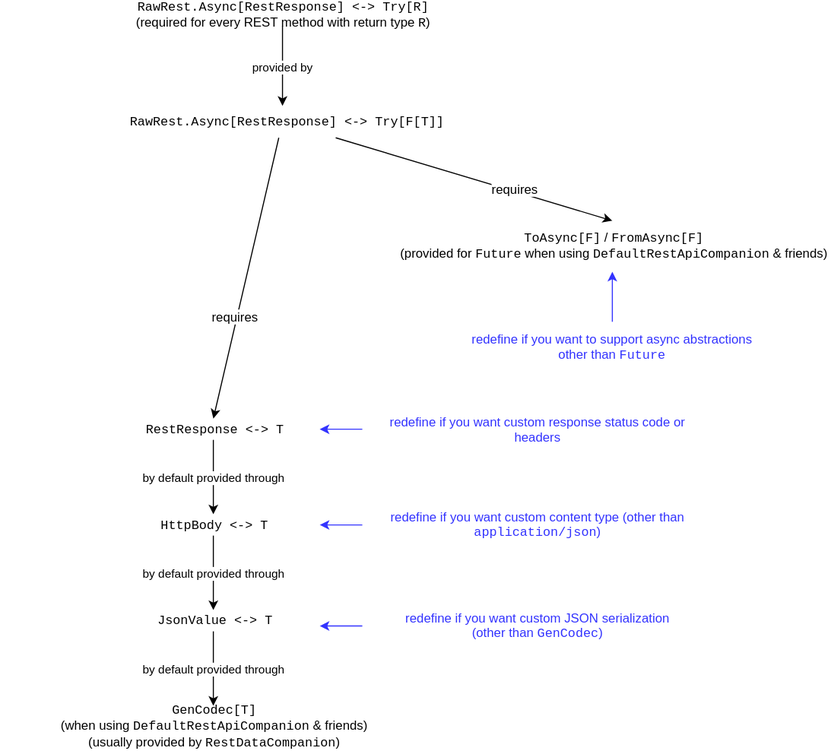
This is docs/images/REST.svg from UdashFramework/udash-core, a draw.io export, as it was before one commit. Source tidied: cells renumbered, new cells last; positions are measured from the earlier drawing's top-left corner, leaving out a move shared by most shapes.
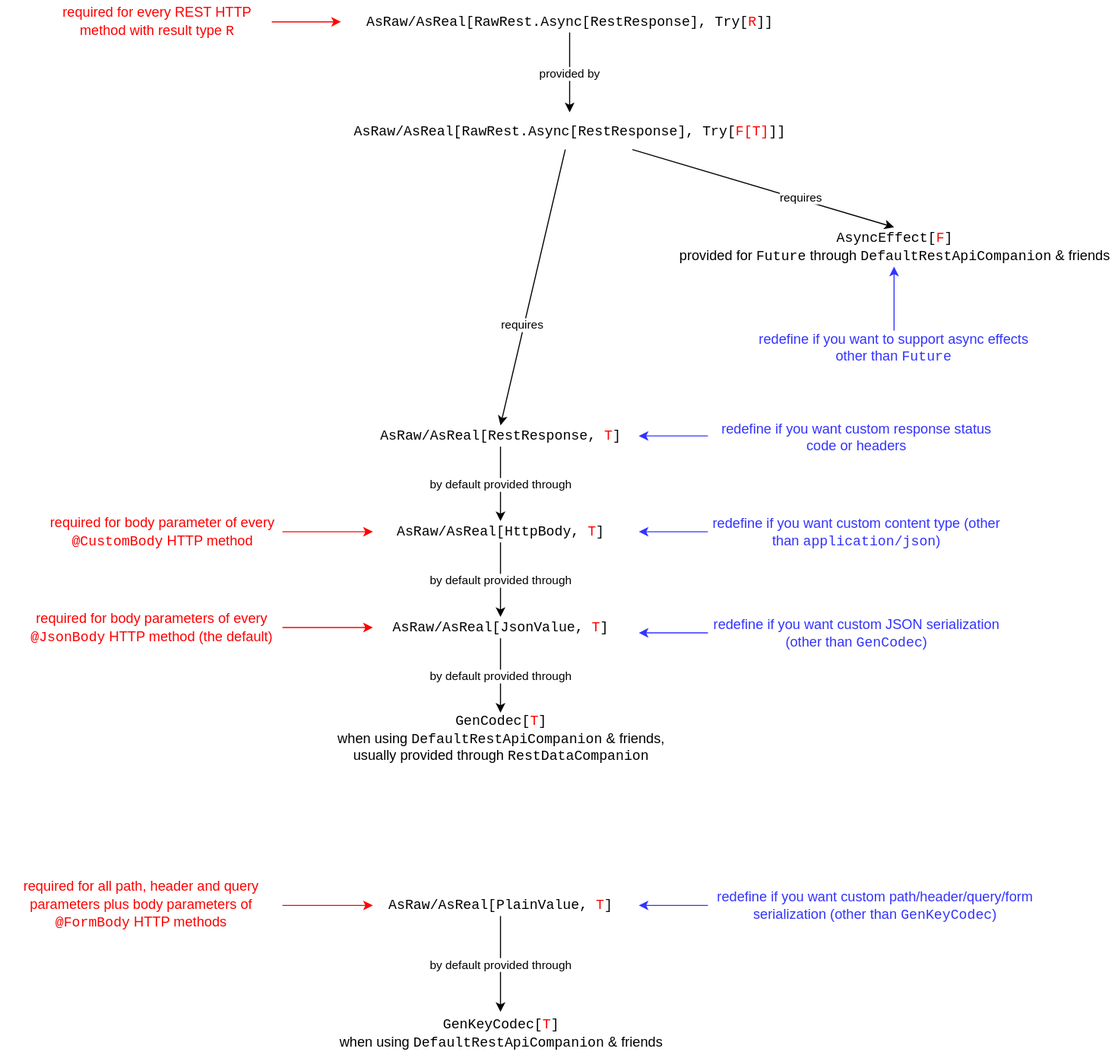
The same diagram one commit later.

What changed in the source:
```diff
@@ -5,67 +5,70 @@
     <mxCell id="2" value="&lt;div&gt;provided by&lt;/div&gt;" style="edgeStyle=orthogonalEdgeStyle;rounded=0;html=1;endArrow=classic;endFill=1;jettySize=auto;fontFamily=Helvetica;" parent="1" edge="1" source="3" target="4">
       <mxGeometry relative="1" as="geometry" />
     </mxCell>
+    <mxCell id="25" style="edgeStyle=orthogonalEdgeStyle;rounded=0;jettySize=auto;html=1;startArrow=classic;startFill=1;endArrow=none;endFill=0;strokeColor=#FF0000;fontSize=13;" parent="1" edge="1" source="3" target="26">
+      <mxGeometry relative="1" as="geometry" />
+    </mxCell>
-    <mxCell id="3" value="&lt;div&gt;RawRest.Async[RestResponse] &amp;lt;-&amp;gt; Try[R]&lt;/div&gt;&lt;div&gt;&lt;font face=&quot;Helvetica&quot;&gt;(required for every REST method with return type &lt;font face=&quot;Courier New&quot;&gt;R&lt;/font&gt;)&lt;/font&gt;&lt;br&gt;&lt;/div&gt;" style="text;html=1;strokeColor=none;fillColor=none;align=center;verticalAlign=middle;whiteSpace=wrap;rounded=0;fontFamily=Courier New;" parent="1" vertex="1">
-      <mxGeometry x="65" width="400" height="20" as="geometry" />
+    <mxCell id="3" value="&lt;div style=&quot;font-size: 13px&quot;&gt;AsRaw/AsReal[RawRest.Async[RestResponse], Try[&lt;font color=&quot;#FF0000&quot;&gt;R&lt;/font&gt;]]&lt;/div&gt;" style="text;html=1;strokeColor=none;fillColor=none;align=center;verticalAlign=middle;whiteSpace=wrap;rounded=0;fontFamily=Courier New;fontSize=13;" parent="1" vertex="1">
+      <mxGeometry x="350" width="430" height="20" as="geometry" />
     </mxCell>
+    <mxCell id="26" value="&lt;font face=&quot;Helvetica&quot;&gt;required for every REST HTTP method with result type &lt;/font&gt;R" style="text;html=1;strokeColor=none;fillColor=none;align=center;verticalAlign=middle;whiteSpace=wrap;rounded=0;fontFamily=Courier New;fontSize=13;fontColor=#FF0000;" parent="1" vertex="1">
+      <mxGeometry x="70" y="-10" width="215" height="40" as="geometry" />
+    </mxCell>
-    <mxCell id="4" value="&lt;div&gt;RawRest.Async[RestResponse] &amp;lt;-&amp;gt; Try[F[T]]&lt;/div&gt;" style="text;html=1;strokeColor=none;fillColor=none;align=center;verticalAlign=middle;whiteSpace=wrap;rounded=0;fontFamily=Courier New;" parent="1" vertex="1">
-      <mxGeometry x="65" y="95" width="400" height="30" as="geometry" />
+    <mxCell id="4" value="&lt;div style=&quot;font-size: 13px&quot;&gt;AsRaw/AsReal[RawRest.Async[RestResponse], Try[&lt;font color=&quot;#FF0000&quot;&gt;F[T]&lt;/font&gt;]]&lt;/div&gt;" style="text;html=1;strokeColor=none;fillColor=none;align=center;verticalAlign=middle;whiteSpace=wrap;rounded=0;fontFamily=Courier New;fontSize=13;" parent="1" vertex="1">
+      <mxGeometry x="340" y="95" width="450" height="35" as="geometry" />
     </mxCell>
     <mxCell id="5" value="&lt;div&gt;by default provided through&lt;/div&gt;" style="edgeStyle=orthogonalEdgeStyle;rounded=0;html=1;endArrow=classic;endFill=1;jettySize=auto;fontFamily=Helvetica;" parent="1" edge="1" source="6" target="8">
       <mxGeometry relative="1" as="geometry" />
     </mxCell>
-    <mxCell id="6" value="&lt;div&gt;RestResponse &amp;lt;-&amp;gt; T&lt;/div&gt;" style="text;html=1;strokeColor=none;fillColor=none;align=center;verticalAlign=middle;whiteSpace=wrap;rounded=0;fontFamily=Courier New;" parent="1" vertex="1">
-      <mxGeometry y="389" width="400" height="20" as="geometry" />
+    <mxCell id="6" value="&lt;div style=&quot;font-size: 13px&quot;&gt;AsRaw/AsReal[RestResponse, &lt;font color=&quot;#FF0000&quot;&gt;T&lt;/font&gt;]&lt;br style=&quot;font-size: 13px&quot;&gt;&lt;/div&gt;" style="text;html=1;strokeColor=none;fillColor=none;align=center;verticalAlign=middle;whiteSpace=wrap;rounded=0;fontFamily=Courier New;fontSize=13;" parent="1" vertex="1">
+      <mxGeometry x="300" y="389" width="400" height="20" as="geometry" />
     </mxCell>
     <mxCell id="7" value="&lt;div&gt;by default provided through&lt;/div&gt;" style="edgeStyle=orthogonalEdgeStyle;rounded=0;html=1;endArrow=classic;endFill=1;jettySize=auto;fontFamily=Helvetica;" parent="1" edge="1" source="8" target="10">
       <mxGeometry relative="1" as="geometry" />
     </mxCell>
-    <mxCell id="8" value="&lt;div&gt;HttpBody &amp;lt;-&amp;gt; T&lt;/div&gt;" style="text;html=1;strokeColor=none;fillColor=none;align=center;verticalAlign=middle;whiteSpace=wrap;rounded=0;fontFamily=Courier New;" parent="1" vertex="1">
-      <mxGeometry y="479" width="400" height="20" as="geometry" />
+    <mxCell id="8" value="&lt;div style=&quot;font-size: 13px&quot;&gt;AsRaw/AsReal[HttpBody, &lt;font color=&quot;#FF0000&quot;&gt;T&lt;/font&gt;]&lt;br style=&quot;font-size: 13px&quot;&gt;&lt;/div&gt;" style="text;html=1;strokeColor=none;fillColor=none;align=center;verticalAlign=middle;whiteSpace=wrap;rounded=0;fontFamily=Courier New;fontSize=13;" parent="1" vertex="1">
+      <mxGeometry x="380" y="479" width="240" height="20" as="geometry" />
     </mxCell>
     <mxCell id="9" value="&lt;div&gt;by default provided through&lt;/div&gt;" style="edgeStyle=orthogonalEdgeStyle;rounded=0;html=1;endArrow=classic;endFill=1;jettySize=auto;fontFamily=Helvetica;" parent="1" edge="1" source="10" target="11">
       <mxGeometry relative="1" as="geometry" />
     </mxCell>
-    <mxCell id="10" value="&lt;div&gt;JsonValue &amp;lt;-&amp;gt; T&lt;/div&gt;" style="text;html=1;strokeColor=none;fillColor=none;align=center;verticalAlign=middle;whiteSpace=wrap;rounded=0;fontFamily=Courier New;" parent="1" vertex="1">
-      <mxGeometry y="569" width="400" height="20" as="geometry" />
+    <mxCell id="10" value="&lt;div style=&quot;font-size: 13px&quot;&gt;AsRaw/AsReal[JsonValue, &lt;font color=&quot;#FF0000&quot;&gt;T&lt;/font&gt;]&lt;br style=&quot;font-size: 13px&quot;&gt;&lt;/div&gt;" style="text;html=1;strokeColor=none;fillColor=none;align=center;verticalAlign=middle;whiteSpace=wrap;rounded=0;fontFamily=Courier New;fontSize=13;" parent="1" vertex="1">
+      <mxGeometry x="380" y="569" width="240" height="20" as="geometry" />
     </mxCell>
-    <mxCell id="11" value="&lt;div&gt;GenCodec[T]&lt;/div&gt;&lt;div&gt;&lt;font face=&quot;Helvetica&quot;&gt;(when using &lt;font face=&quot;Courier New&quot;&gt;DefaultRestApiCompanion&lt;/font&gt; &amp;amp; friends)&lt;/font&gt;&lt;/div&gt;&lt;div&gt;&lt;font face=&quot;Helvetica&quot;&gt;(usually provided by &lt;font face=&quot;Courier New&quot;&gt;RestDataCompanion&lt;/font&gt;)&lt;/font&gt;&lt;br&gt;&lt;/div&gt;" style="text;html=1;strokeColor=none;fillColor=none;align=center;verticalAlign=middle;whiteSpace=wrap;rounded=0;fontFamily=Courier New;" parent="1" vertex="1">
-      <mxGeometry y="659" width="400" height="40" as="geometry" />
+    <mxCell id="11" value="&lt;div style=&quot;font-size: 13px&quot;&gt;GenCodec[&lt;font color=&quot;#FF0000&quot;&gt;T&lt;/font&gt;]&lt;/div&gt;&lt;div style=&quot;font-size: 13px&quot;&gt;&lt;font style=&quot;font-size: 13px&quot; face=&quot;Helvetica&quot;&gt;when using &lt;font style=&quot;font-size: 13px&quot; face=&quot;Courier New&quot;&gt;DefaultRestApiCompanion&lt;/font&gt; &amp;amp; friends,&lt;/font&gt;&lt;/div&gt;&lt;div style=&quot;font-size: 13px&quot;&gt;&lt;font style=&quot;font-size: 13px&quot; face=&quot;Helvetica&quot;&gt;usually provided through &lt;font style=&quot;font-size: 13px&quot; face=&quot;Courier New&quot;&gt;RestDataCompanion&lt;/font&gt;&lt;/font&gt;&lt;br style=&quot;font-size: 13px&quot;&gt;&lt;/div&gt;" style="text;html=1;strokeColor=none;fillColor=none;align=center;verticalAlign=middle;whiteSpace=wrap;rounded=0;fontFamily=Courier New;fontSize=13;" parent="1" vertex="1">
+      <mxGeometry x="300" y="659" width="400" height="51" as="geometry" />
     </mxCell>
-    <mxCell id="12" value="redefine if you want to support async abstractions other than &lt;font face=&quot;Courier New&quot;&gt;Future&lt;/font&gt;" style="text;html=1;strokeColor=none;fillColor=none;align=center;verticalAlign=middle;whiteSpace=wrap;rounded=0;fontFamily=Helvetica;fontColor=#3333FF;" parent="1" vertex="1">
-      <mxGeometry x="435" y="317.5" width="280" height="10" as="geometry" />
+    <mxCell id="12" value="redefine if you want to support async effects other than &lt;font style=&quot;font-size: 13px;&quot; face=&quot;Courier New&quot;&gt;Future&lt;/font&gt;" style="text;html=1;strokeColor=none;fillColor=none;align=center;verticalAlign=middle;whiteSpace=wrap;rounded=0;fontFamily=Helvetica;fontColor=#3333FF;fontSize=13;" parent="1" vertex="1">
+      <mxGeometry x="730" y="300" width="280" height="33" as="geometry" />
     </mxCell>
-    <mxCell id="13" style="edgeStyle=orthogonalEdgeStyle;rounded=0;html=1;endArrow=classic;endFill=1;jettySize=auto;orthogonalLoop=1;fontFamily=Helvetica;strokeColor=#3333FF;" parent="1" edge="1">
+    <mxCell id="13" style="edgeStyle=orthogonalEdgeStyle;rounded=0;html=1;endArrow=classic;endFill=1;jettySize=auto;fontFamily=Helvetica;strokeColor=#3333FF;exitX=0;exitY=0.5;exitDx=0;exitDy=0;" parent="1" edge="1" source="14">
       <mxGeometry relative="1" as="geometry">
-        <mxPoint x="340" y="399" as="sourcePoint" />
-        <mxPoint x="300" y="399" as="targetPoint" />
+        <mxPoint x="630" y="399" as="targetPoint" />
       </mxGeometry>
     </mxCell>
-    <mxCell id="14" value="&lt;div&gt;redefine if you want custom response status code or headers&lt;/div&gt;" style="text;html=1;align=center;verticalAlign=middle;whiteSpace=wrap;rounded=0;fontFamily=Helvetica;strokeColor=none;fontColor=#3333FF;" parent="1" vertex="1">
-      <mxGeometry x="365" y="394" width="280" height="10" as="geometry" />
+    <mxCell id="14" value="&lt;div style=&quot;font-size: 13px;&quot;&gt;redefine if you want custom response status code or headers&lt;/div&gt;" style="text;html=1;align=center;verticalAlign=middle;whiteSpace=wrap;rounded=0;fontFamily=Helvetica;strokeColor=none;fontColor=#3333FF;fontSize=13;" parent="1" vertex="1">
+      <mxGeometry x="695" y="394" width="280" height="10" as="geometry" />
     </mxCell>
-    <mxCell id="15" style="edgeStyle=orthogonalEdgeStyle;rounded=0;html=1;endArrow=classic;endFill=1;jettySize=auto;orthogonalLoop=1;fontFamily=Helvetica;strokeColor=#3333FF;" parent="1" edge="1">
+    <mxCell id="15" style="edgeStyle=orthogonalEdgeStyle;rounded=0;html=1;endArrow=classic;endFill=1;jettySize=auto;fontFamily=Helvetica;strokeColor=#3333FF;exitX=0;exitY=0.5;exitDx=0;exitDy=0;" parent="1" edge="1" source="16">
       <mxGeometry relative="1" as="geometry">
-        <mxPoint x="340" y="489" as="sourcePoint" />
-        <mxPoint x="300" y="489" as="targetPoint" />
+        <mxPoint x="630" y="489" as="targetPoint" />
       </mxGeometry>
     </mxCell>
-    <mxCell id="16" value="&lt;div&gt;redefine if you want custom content type (other than &lt;font face=&quot;Courier New&quot;&gt;application/json&lt;/font&gt;)&lt;br&gt;&lt;/div&gt;" style="text;html=1;align=center;verticalAlign=middle;whiteSpace=wrap;rounded=0;fontFamily=Helvetica;strokeColor=none;fontColor=#3333FF;" parent="1" vertex="1">
-      <mxGeometry x="365" y="484" width="280" height="10" as="geometry" />
+    <mxCell id="16" value="&lt;div style=&quot;font-size: 13px;&quot;&gt;redefine if you want custom content type (other than &lt;font style=&quot;font-size: 13px;&quot; face=&quot;Courier New&quot;&gt;application/json&lt;/font&gt;)&lt;br style=&quot;font-size: 13px;&quot;&gt;&lt;/div&gt;" style="text;html=1;align=center;verticalAlign=middle;whiteSpace=wrap;rounded=0;fontFamily=Helvetica;strokeColor=none;fontColor=#3333FF;fontSize=13;" parent="1" vertex="1">
+      <mxGeometry x="695" y="484" width="280" height="10" as="geometry" />
     </mxCell>
-    <mxCell id="17" style="edgeStyle=orthogonalEdgeStyle;rounded=0;html=1;endArrow=classic;endFill=1;jettySize=auto;orthogonalLoop=1;fontFamily=Helvetica;strokeColor=#3333FF;" parent="1" edge="1">
+    <mxCell id="17" style="edgeStyle=orthogonalEdgeStyle;rounded=0;html=1;endArrow=classic;endFill=1;jettySize=auto;fontFamily=Helvetica;strokeColor=#3333FF;exitX=0;exitY=0.5;exitDx=0;exitDy=0;" parent="1" edge="1" source="18">
       <mxGeometry relative="1" as="geometry">
-        <mxPoint x="340" y="584" as="sourcePoint" />
-        <mxPoint x="300" y="584" as="targetPoint" />
+        <mxPoint x="630" y="584" as="targetPoint" />
       </mxGeometry>
     </mxCell>
-    <mxCell id="18" value="&lt;div&gt;redefine if you want custom JSON serialization (other than &lt;font face=&quot;Courier New&quot;&gt;GenCodec&lt;/font&gt;)&lt;br&gt;&lt;/div&gt;" style="text;html=1;align=center;verticalAlign=middle;whiteSpace=wrap;rounded=0;fontFamily=Helvetica;strokeColor=none;fontColor=#3333FF;" parent="1" vertex="1">
-      <mxGeometry x="365" y="579" width="280" height="10" as="geometry" />
+    <mxCell id="18" value="&lt;div style=&quot;font-size: 13px;&quot;&gt;redefine if you want custom JSON serialization (other than &lt;font style=&quot;font-size: 13px;&quot; face=&quot;Courier New&quot;&gt;GenCodec&lt;/font&gt;)&lt;br style=&quot;font-size: 13px;&quot;&gt;&lt;/div&gt;" style="text;html=1;align=center;verticalAlign=middle;whiteSpace=wrap;rounded=0;fontFamily=Helvetica;strokeColor=none;fontColor=#3333FF;fontSize=13;" parent="1" vertex="1">
+      <mxGeometry x="695" y="579" width="280" height="10" as="geometry" />
     </mxCell>
     <mxCell id="19" style="endArrow=classic;html=1;entryX=0.5;entryY=0;entryDx=0;entryDy=0;" parent="1" edge="1" source="4" target="23">
       <mxGeometry relative="1" as="geometry" />
     </mxCell>
-    <mxCell id="20" value="&lt;div&gt;requires&lt;/div&gt;" style="text;html=1;align=center;verticalAlign=middle;labelBackgroundColor=#ffffff;" parent="19" vertex="1">
+    <mxCell id="20" value="&lt;div style=&quot;font-size: 11px;&quot;&gt;requires&lt;/div&gt;" style="text;html=1;align=center;verticalAlign=middle;labelBackgroundColor=#ffffff;fontSize=11;" parent="19" vertex="1">
       <mxGeometry x="0.46" y="-2" relative="1" as="geometry">
         <mxPoint x="-21" y="-11.5" as="offset" />
       </mxGeometry>
@@ -73,17 +76,53 @@
     <mxCell id="21" style="endArrow=classic;html=1;entryX=0.5;entryY=0;entryDx=0;entryDy=0;" parent="1" edge="1" source="4" target="6">
       <mxGeometry relative="1" as="geometry" />
     </mxCell>
-    <mxCell id="22" value="&lt;div&gt;requires&lt;/div&gt;" style="text;html=1;align=center;verticalAlign=middle;labelBackgroundColor=#ffffff;" parent="21" vertex="1">
+    <mxCell id="22" value="&lt;div style=&quot;font-size: 11px;&quot;&gt;requires&lt;/div&gt;" style="text;html=1;align=center;verticalAlign=middle;labelBackgroundColor=#ffffff;fontSize=11;" parent="21" vertex="1">
       <mxGeometry x="0.27" y="-2" relative="1" as="geometry" />
     </mxCell>
-    <mxCell id="23" value="&lt;div&gt;ToAsync[F]&lt;font face=&quot;Helvetica&quot;&gt; / &lt;/font&gt;FromAsync[F]&lt;/div&gt;&lt;div&gt;&lt;font face=&quot;Helvetica&quot;&gt;(provided for &lt;/font&gt;Future&lt;font face=&quot;Helvetica&quot;&gt; when using &lt;/font&gt;DefaultRestApiCompanion&lt;font face=&quot;Helvetica&quot;&gt; &amp;amp; friends)&lt;/font&gt;&lt;br&gt;&lt;/div&gt;" style="text;html=1;strokeColor=none;fillColor=none;align=center;verticalAlign=middle;whiteSpace=wrap;rounded=0;fontFamily=Courier New;" parent="1" vertex="1">
-      <mxGeometry x="370" y="203" width="410" height="48" as="geometry" />
+    <mxCell id="23" value="&lt;div&gt;&lt;font style=&quot;font-size: 13px&quot;&gt;AsyncEffect[&lt;font color=&quot;#FF0000&quot;&gt;F&lt;/font&gt;]&lt;/font&gt;&lt;/div&gt;&lt;div style=&quot;font-size: 13px&quot;&gt;&lt;font face=&quot;Helvetica&quot;&gt;provided for &lt;/font&gt;Future&lt;font style=&quot;font-size: 13px&quot; face=&quot;Helvetica&quot;&gt; through &lt;/font&gt;DefaultRestApiCompanion&lt;font face=&quot;Helvetica&quot;&gt; &amp;amp; friends&lt;/font&gt;&lt;br&gt;&lt;/div&gt;" style="text;html=1;strokeColor=none;fillColor=none;align=center;verticalAlign=middle;whiteSpace=wrap;rounded=0;fontFamily=Courier New;" parent="1" vertex="1">
+      <mxGeometry x="660" y="203" width="420" height="37" as="geometry" />
     </mxCell>
-    <mxCell id="24" style="endArrow=classic;html=1;strokeColor=#3333FF;fontColor=#3333FF;entryX=0.393;entryY=1.042;entryDx=0;entryDy=0;entryPerimeter=0;" parent="1" edge="1">
-      <mxGeometry relative="1" as="geometry">
-        <mxPoint x="575" y="298" as="sourcePoint" />
-        <mxPoint x="575" y="251" as="targetPoint" />
-      </mxGeometry>
+    <mxCell id="24" style="endArrow=classic;html=1;strokeColor=#3333FF;fontColor=#3333FF;entryX=0.5;entryY=1;entryDx=0;entryDy=0;" parent="1" edge="1" source="12" target="23">
+      <mxGeometry relative="1" as="geometry" />
     </mxCell>
+    <mxCell id="27" style="edgeStyle=orthogonalEdgeStyle;rounded=0;jettySize=auto;html=1;startArrow=classic;startFill=1;endArrow=none;endFill=0;strokeColor=#FF0000;fontSize=13;entryX=1;entryY=0.5;entryDx=0;entryDy=0;" parent="1" edge="1" target="28">
+      <mxGeometry relative="1" as="geometry">
+        <mxPoint x="380" y="489" as="sourcePoint" />
+      </mxGeometry>
+    </mxCell>
+    <mxCell id="28" value="&lt;font face=&quot;Helvetica&quot;&gt;required for body parameter of every &lt;font face=&quot;Courier New&quot;&gt;@CustomBody&lt;/font&gt; HTTP method&lt;br&gt;&lt;/font&gt;" style="text;html=1;strokeColor=none;fillColor=none;align=center;verticalAlign=middle;whiteSpace=wrap;rounded=0;fontFamily=Courier New;fontSize=13;fontColor=#FF0000;" parent="1" vertex="1">
+      <mxGeometry x="70" y="469" width="225" height="40" as="geometry" />
+    </mxCell>
+    <mxCell id="29" style="edgeStyle=orthogonalEdgeStyle;rounded=0;jettySize=auto;html=1;startArrow=classic;startFill=1;endArrow=none;endFill=0;strokeColor=#FF0000;fontSize=13;entryX=1;entryY=0.5;entryDx=0;entryDy=0;exitX=0;exitY=0.5;exitDx=0;exitDy=0;" parent="1" edge="1" source="10" target="30">
+      <mxGeometry relative="1" as="geometry" />
+    </mxCell>
+    <mxCell id="30" value="&lt;font face=&quot;Helvetica&quot;&gt;required for body parameters of every &lt;font face=&quot;Courier New&quot;&gt;@JsonBody&lt;/font&gt; HTTP method (the default)&lt;br&gt;&lt;/font&gt;" style="text;html=1;strokeColor=none;fillColor=none;align=center;verticalAlign=middle;whiteSpace=wrap;rounded=0;fontFamily=Courier New;fontSize=13;fontColor=#FF0000;" parent="1" vertex="1">
+      <mxGeometry x="50" y="559" width="245" height="40" as="geometry" />
+    </mxCell>
+    <mxCell id="31" value="by default provided through" style="edgeStyle=orthogonalEdgeStyle;rounded=0;jettySize=auto;html=1;startArrow=none;startFill=0;endArrow=classic;endFill=1;strokeColor=#000000;fontFamily=Helvetica;fontSize=11;fontColor=#000000;" parent="1" edge="1" source="32" target="33">
+      <mxGeometry relative="1" as="geometry" />
+    </mxCell>
+    <mxCell id="32" value="AsRaw/AsReal[PlainValue, &lt;font color=&quot;#FF0000&quot;&gt;T&lt;/font&gt;]" style="text;html=1;strokeColor=none;fillColor=none;align=center;verticalAlign=middle;whiteSpace=wrap;rounded=0;fontSize=13;fontColor=#000000;fontFamily=Courier New;" parent="1" vertex="1">
+      <mxGeometry x="380" y="830" width="240" height="20" as="geometry" />
+    </mxCell>
+    <mxCell id="33" value="&lt;div&gt;GenKeyCodec[&lt;font color=&quot;#FF0000&quot;&gt;T&lt;/font&gt;]&lt;/div&gt;&lt;div&gt;&lt;font face=&quot;Helvetica&quot;&gt;when using &lt;font face=&quot;Courier New&quot;&gt;DefaultRestApiCompanion&lt;/font&gt; &amp;amp; friends&lt;/font&gt;&lt;br&gt;&lt;/div&gt;" style="text;html=1;strokeColor=none;fillColor=none;align=center;verticalAlign=middle;whiteSpace=wrap;rounded=0;fontSize=13;fontColor=#000000;fontFamily=Courier New;" parent="1" vertex="1">
+      <mxGeometry x="335" y="940" width="330" height="40" as="geometry" />
+    </mxCell>
+    <mxCell id="34" style="edgeStyle=orthogonalEdgeStyle;rounded=0;jettySize=auto;html=1;startArrow=classic;startFill=1;endArrow=none;endFill=0;strokeColor=#FF0000;fontSize=13;entryX=1;entryY=0.5;entryDx=0;entryDy=0;" parent="1" edge="1" target="35">
+      <mxGeometry relative="1" as="geometry">
+        <mxPoint x="380" y="840" as="sourcePoint" />
+      </mxGeometry>
+    </mxCell>
+    <mxCell id="35" value="&lt;font face=&quot;Helvetica&quot;&gt;required for all path, header and query parameters plus body parameters of &lt;font face=&quot;Courier New&quot;&gt;@FormBody&lt;/font&gt; HTTP methods&lt;/font&gt;" style="text;html=1;strokeColor=none;fillColor=none;align=center;verticalAlign=middle;whiteSpace=wrap;rounded=0;fontFamily=Courier New;fontSize=13;fontColor=#FF0000;" parent="1" vertex="1">
+      <mxGeometry x="30" y="810" width="265" height="60" as="geometry" />
+    </mxCell>
+    <mxCell id="36" style="edgeStyle=orthogonalEdgeStyle;rounded=0;html=1;endArrow=classic;endFill=1;jettySize=auto;fontFamily=Helvetica;strokeColor=#3333FF;exitX=0;exitY=0.5;exitDx=0;exitDy=0;" parent="1" edge="1" source="37">
+      <mxGeometry relative="1" as="geometry">
+        <mxPoint x="630" y="840" as="targetPoint" />
+      </mxGeometry>
+    </mxCell>
+    <mxCell id="37" value="&lt;div style=&quot;font-size: 13px&quot;&gt;redefine if you want custom path/header/query/form serialization (other than &lt;font style=&quot;font-size: 13px&quot; face=&quot;Courier New&quot;&gt;GenKeyCodec&lt;/font&gt;)&lt;br style=&quot;font-size: 13px&quot;&gt;&lt;/div&gt;" style="text;html=1;align=center;verticalAlign=middle;whiteSpace=wrap;rounded=0;fontFamily=Helvetica;strokeColor=none;fontColor=#3333FF;fontSize=13;" parent="1" vertex="1">
+      <mxGeometry x="695" y="835" width="315" height="10" as="geometry" />
+    </mxCell>
   </root>
 </mxGraphModel>
```
